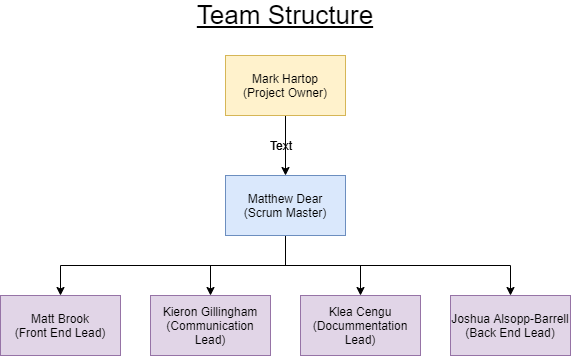
mattdear/temperature-transmitter keeps this draw.io diagram as Team Structure Diagram/Team Structure.png. Above is the earlier version. Source tidied: cells renumbered, new cells last; positions are measured from the earlier drawing's top-left corner, leaving out a move shared by most shapes. Source of this version:
```xml
<mxGraphModel>
  <root>
    <mxCell id="0" />
    <mxCell id="1" parent="0" />
    <mxCell id="2" style="edgeStyle=orthogonalEdgeStyle;rounded=0;jettySize=auto;html=1;exitX=0.5;exitY=1;exitDx=0;exitDy=0;entryX=0.5;entryY=0;entryDx=0;entryDy=0;" parent="1" edge="1" source="3" target="8">
      <mxGeometry relative="1" as="geometry" />
    </mxCell>
    <mxCell id="3" value="Mark Hartop&lt;br&gt;(Project Owner)" style="rounded=0;whiteSpace=wrap;html=1;fillColor=#fff2cc;strokeColor=#d6b656;" parent="1" vertex="1">
      <mxGeometry x="225" y="50" width="120" height="60" as="geometry" />
    </mxCell>
    <mxCell id="4" style="edgeStyle=orthogonalEdgeStyle;rounded=0;jettySize=auto;html=1;exitX=0.5;exitY=1;exitDx=0;exitDy=0;entryX=0.5;entryY=0;entryDx=0;entryDy=0;" parent="1" edge="1" source="8" target="10">
      <mxGeometry relative="1" as="geometry" />
    </mxCell>
    <mxCell id="5" style="edgeStyle=orthogonalEdgeStyle;rounded=0;jettySize=auto;html=1;exitX=0.5;exitY=1;exitDx=0;exitDy=0;entryX=0.5;entryY=0;entryDx=0;entryDy=0;" parent="1" edge="1" source="8" target="11">
      <mxGeometry relative="1" as="geometry" />
    </mxCell>
    <mxCell id="6" style="edgeStyle=orthogonalEdgeStyle;rounded=0;jettySize=auto;html=1;exitX=0.5;exitY=1;exitDx=0;exitDy=0;entryX=0.5;entryY=0;entryDx=0;entryDy=0;" parent="1" edge="1" source="8" target="12">
      <mxGeometry relative="1" as="geometry" />
    </mxCell>
    <mxCell id="7" style="edgeStyle=orthogonalEdgeStyle;rounded=0;jettySize=auto;html=1;exitX=0.5;exitY=1;exitDx=0;exitDy=0;entryX=0.5;entryY=0;entryDx=0;entryDy=0;" parent="1" edge="1" source="8" target="9">
      <mxGeometry relative="1" as="geometry" />
    </mxCell>
    <mxCell id="8" value="Matthew Dear&lt;br&gt;(Scrum Master)" style="rounded=0;whiteSpace=wrap;html=1;fillColor=#dae8fc;strokeColor=#6c8ebf;" parent="1" vertex="1">
      <mxGeometry x="225" y="170" width="120" height="60" as="geometry" />
    </mxCell>
    <mxCell id="9" value="Matt Brook&lt;br&gt;(Front End Lead)" style="rounded=0;whiteSpace=wrap;html=1;fillColor=#e1d5e7;strokeColor=#9673a6;" parent="1" vertex="1">
      <mxGeometry y="290" width="120" height="60" as="geometry" />
    </mxCell>
    <mxCell id="10" value="Kieron Gillingham&lt;br&gt;(Communication Lead)" style="rounded=0;whiteSpace=wrap;html=1;fillColor=#e1d5e7;strokeColor=#9673a6;" parent="1" vertex="1">
      <mxGeometry x="150" y="290" width="120" height="60" as="geometry" />
    </mxCell>
    <mxCell id="11" value="Klea Cengu&lt;br&gt;(Docummentation Lead)" style="rounded=0;whiteSpace=wrap;html=1;fillColor=#e1d5e7;strokeColor=#9673a6;" parent="1" vertex="1">
      <mxGeometry x="300" y="290" width="120" height="60" as="geometry" />
    </mxCell>
    <mxCell id="12" value="Joshua Alsopp-Barrell&lt;br&gt;(Back End Lead)" style="rounded=0;whiteSpace=wrap;html=1;fillColor=#e1d5e7;strokeColor=#9673a6;" parent="1" vertex="1">
      <mxGeometry x="450" y="290" width="120" height="60" as="geometry" />
    </mxCell>
    <mxCell id="13" value="Text" style="text;html=1;strokeColor=none;fillColor=none;align=center;verticalAlign=middle;whiteSpace=wrap;rounded=0;" parent="1" vertex="1">
      <mxGeometry x="261" y="130" width="40" height="20" as="geometry" />
    </mxCell>
    <mxCell id="14" value="Text" style="text;html=1;strokeColor=none;fillColor=none;align=center;verticalAlign=middle;whiteSpace=wrap;rounded=0;" parent="1" vertex="1">
      <mxGeometry x="261" y="130" width="40" height="20" as="geometry" />
    </mxCell>
    <mxCell id="15" value="&lt;font style=&quot;font-size: 26px&quot;&gt;&lt;u&gt;Team Structure&lt;/u&gt;&lt;/font&gt;" style="text;html=1;strokeColor=none;fillColor=none;align=center;verticalAlign=middle;whiteSpace=wrap;rounded=0;" parent="1" vertex="1">
      <mxGeometry x="183" width="204" height="20" as="geometry" />
    </mxCell>
  </root>
</mxGraphModel>
```
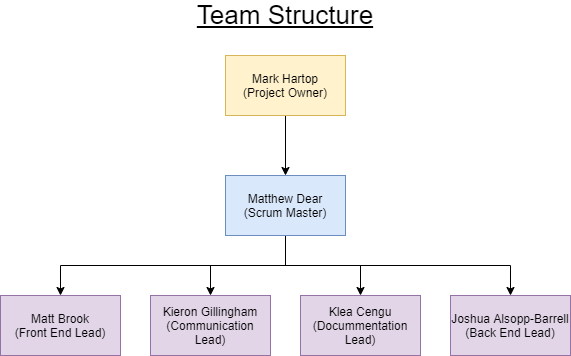
The same file after the commit.

Commit message:
docs[team structure]: remove rouge text

The edit, as a diff of the source:
```diff
@@ -35,12 +35,6 @@
     <mxCell id="12" value="Joshua Alsopp-Barrell&lt;br&gt;(Back End Lead)" style="rounded=0;whiteSpace=wrap;html=1;fillColor=#e1d5e7;strokeColor=#9673a6;" parent="1" vertex="1">
       <mxGeometry x="450" y="290" width="120" height="60" as="geometry" />
     </mxCell>
-    <mxCell id="13" value="Text" style="text;html=1;strokeColor=none;fillColor=none;align=center;verticalAlign=middle;whiteSpace=wrap;rounded=0;" parent="1" vertex="1">
-      <mxGeometry x="261" y="130" width="40" height="20" as="geometry" />
-    </mxCell>
-    <mxCell id="14" value="Text" style="text;html=1;strokeColor=none;fillColor=none;align=center;verticalAlign=middle;whiteSpace=wrap;rounded=0;" parent="1" vertex="1">
-      <mxGeometry x="261" y="130" width="40" height="20" as="geometry" />
-    </mxCell>
     <mxCell id="15" value="&lt;font style=&quot;font-size: 26px&quot;&gt;&lt;u&gt;Team Structure&lt;/u&gt;&lt;/font&gt;" style="text;html=1;strokeColor=none;fillColor=none;align=center;verticalAlign=middle;whiteSpace=wrap;rounded=0;" parent="1" vertex="1">
       <mxGeometry x="183" width="204" height="20" as="geometry" />
     </mxCell>
```
